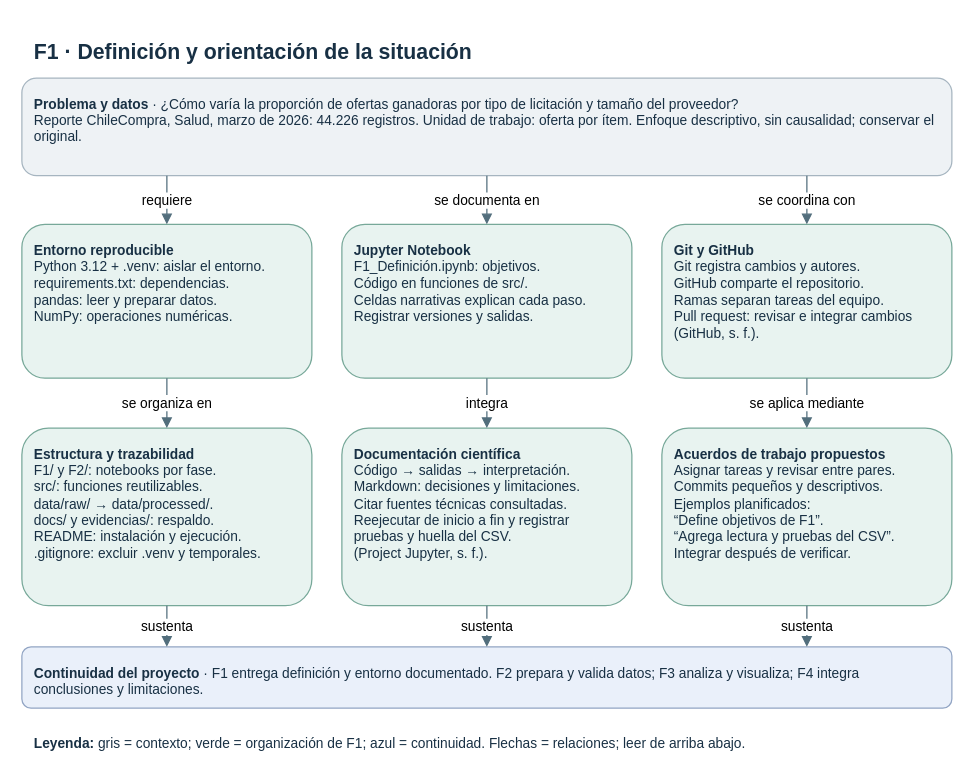
Earlier version of the draw.io diagram page "Mapa F1" (2 of 2) of docs/mcdi500_s1_grupo5.drawio (vbravo29/sumativo-1). Source tidied: cells renumbered, new cells numbered last; positions are measured from the earlier drawing's top-left corner, leaving out a move shared by most shapes. Both pictures are drawn from the tidied source at 125%, with x=0, y=0 at pixel (21, 21).
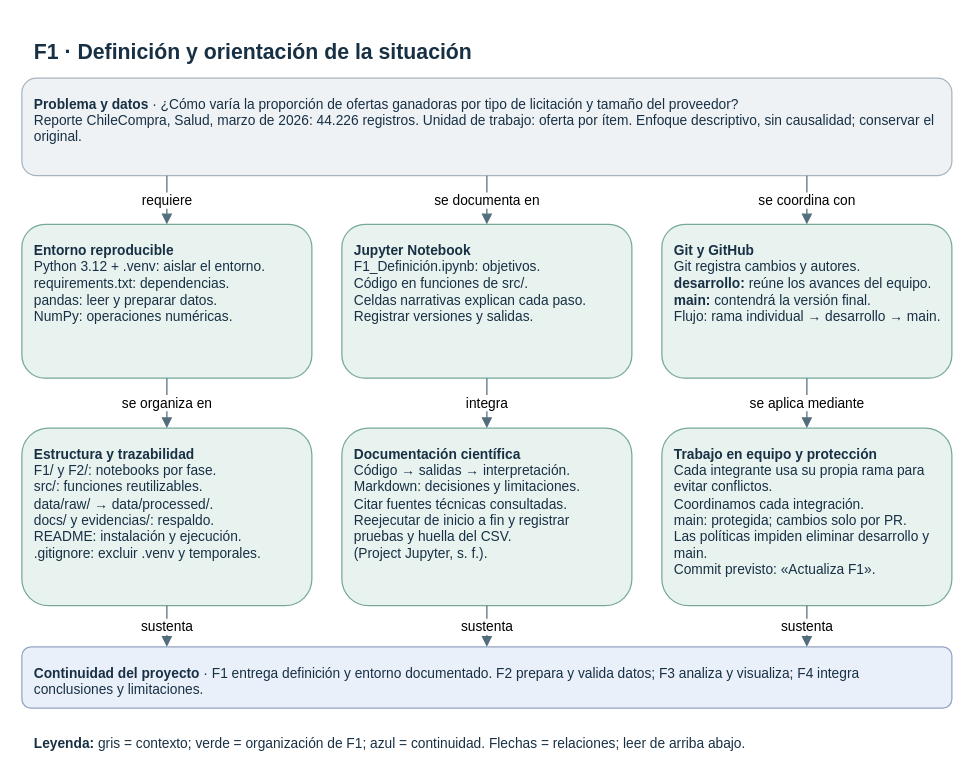
The same diagram, later.

Commit message (it also covers changes not shown here):
mejoras diagrama y flujo de trabajo

What changed in the source:
```diff
@@
-    <mxCell id="6" value="&lt;b&gt;Git y GitHub&lt;/b&gt;&lt;br/&gt;Git registra cambios y autores.&lt;br/&gt;GitHub comparte el repositorio.&lt;br/&gt;Ramas separan tareas del equipo.&lt;br/&gt;Pull request: revisar e integrar cambios (GitHub, s. f.)." style="rounded=1;whiteSpace=wrap;html=1;fontFamily=Arial;fontSize=11;fontColor=#183044;align=left;verticalAlign=top;spacing=10;fillColor=#E8F3F0;strokeColor=#77A899;" parent="1" vertex="1">
+    <mxCell id="6" value="&lt;b&gt;Git y GitHub&lt;/b&gt;&lt;br/&gt;Git registra cambios y autores.&lt;br/&gt;&lt;b&gt;desarrollo:&lt;/b&gt; reúne los avances del equipo.&lt;br/&gt;&lt;b&gt;main:&lt;/b&gt; contendrá la versión final.&lt;br/&gt;Flujo: rama individual → desarrollo → main." style="rounded=1;whiteSpace=wrap;html=1;fontFamily=Arial;fontSize=11;fontColor=#183044;align=left;verticalAlign=top;spacing=10;fillColor=#E8F3F0;strokeColor=#77A899;" parent="1" vertex="1">
       <mxGeometry x="512" y="162" width="232" height="123" as="geometry" />
     </mxCell>
@@
-    <mxCell id="12" value="&lt;b&gt;Acuerdos de trabajo propuestos&lt;/b&gt;&lt;br/&gt;Asignar tareas y revisar entre pares.&lt;br/&gt;Commits pequeños y descriptivos.&lt;br/&gt;Ejemplos planificados:&lt;br/&gt;“Define objetivos de F1”.&lt;br/&gt;“Agrega lectura y pruebas del CSV”.&lt;br/&gt;Integrar después de verificar." style="rounded=1;whiteSpace=wrap;html=1;fontFamily=Arial;fontSize=11;fontColor=#183044;align=left;verticalAlign=top;spacing=10;fillColor=#E8F3F0;strokeColor=#77A899;" parent="1" vertex="1">
+    <mxCell id="12" value="&lt;b&gt;Trabajo en equipo y protección&lt;/b&gt;&lt;br/&gt;Cada integrante usa su propia rama para evitar conflictos.&lt;br/&gt;Coordinamos cada integración.&lt;br/&gt;main: protegida; cambios solo por PR.&lt;br/&gt;Las políticas impiden eliminar desarrollo y main.&lt;br/&gt;Commit previsto: «Actualiza F1»." style="rounded=1;whiteSpace=wrap;html=1;fontFamily=Arial;fontSize=11;fontColor=#183044;align=left;verticalAlign=top;spacing=10;fillColor=#E8F3F0;strokeColor=#77A899;" parent="1" vertex="1">
       <mxGeometry x="512" y="325" width="232" height="142" as="geometry" />
     </mxCell>
```
